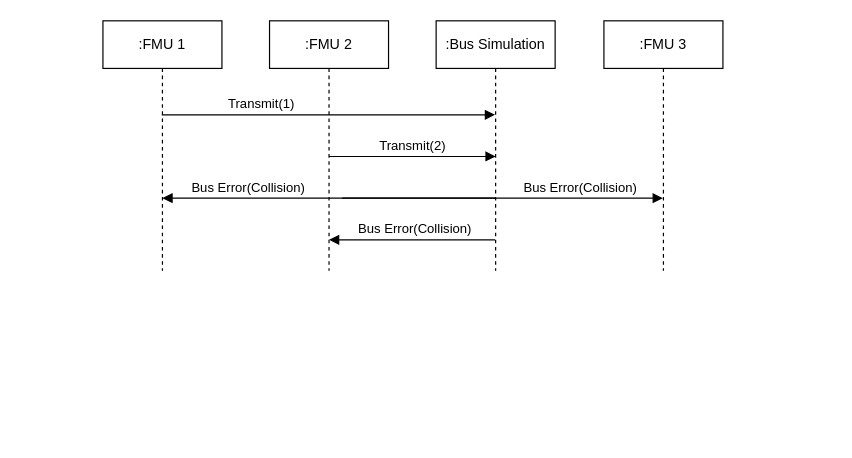
The draw.io diagram docs/images/ethernet_transmit_collision.drawio in modelica/fmi-ls-bus, before the edit. Source tidied: cells renumbered, new cells numbered last; positions are measured from the earlier drawing's top-left corner, leaving out a move shared by most shapes. Both pictures are drawn from the tidied source at 119%, with x=0, y=0 at pixel (102, 20).
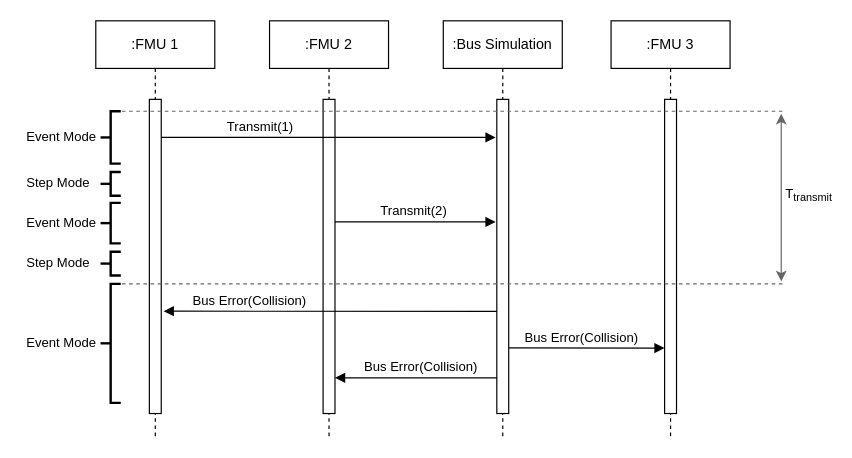
Above is the later version.

Commit message (it also covers changes not shown here):
Reworking Ethernet seq. diagrams

Change to the diagram source:
```diff
@@
     <mxCell id="2" value=":FMU 1" style="shape=umlLifeline;perimeter=lifelinePerimeter;whiteSpace=wrap;html=1;outlineConnect=0;portConstraint=eastwest;newEdgeStyle={&quot;edgeStyle&quot;:&quot;elbowEdgeStyle&quot;,&quot;elbow&quot;:&quot;vertical&quot;,&quot;curved&quot;:0,&quot;rounded&quot;:0};" parent="1" vertex="1">
-      <mxGeometry width="100" height="210" as="geometry" />
+      <mxGeometry x="-6" width="100" height="350" as="geometry" />
     </mxCell>
     <mxCell id="3" value=":Bus Simulation" style="shape=umlLifeline;perimeter=lifelinePerimeter;whiteSpace=wrap;html=1;newEdgeStyle={&quot;edgeStyle&quot;:&quot;elbowEdgeStyle&quot;,&quot;elbow&quot;:&quot;vertical&quot;,&quot;curved&quot;:0,&quot;rounded&quot;:0};" parent="1" vertex="1">
-      <mxGeometry x="280" width="100" height="210" as="geometry" />
+      <mxGeometry x="286" width="100" height="350" as="geometry" />
     </mxCell>
     <mxCell id="4" value=":FMU 3" style="shape=umlLifeline;perimeter=lifelinePerimeter;whiteSpace=wrap;html=1;newEdgeStyle={&quot;edgeStyle&quot;:&quot;elbowEdgeStyle&quot;,&quot;elbow&quot;:&quot;vertical&quot;,&quot;curved&quot;:0,&quot;rounded&quot;:0};" parent="1" vertex="1">
-      <mxGeometry x="421" width="100" height="210" as="geometry" />
+      <mxGeometry x="427" width="100" height="350" as="geometry" />
     </mxCell>
-    <mxCell id="5" value="Transmit(1)" style="html=1;verticalAlign=bottom;endArrow=block;edgeStyle=elbowEdgeStyle;elbow=vertical;curved=0;rounded=0;" parent="1" edge="1" source="2">
-      <mxGeometry x="-0.41" relative="1" as="geometry">
-        <mxPoint x="329.5" y="79" as="targetPoint" />
-        <Array as="points">
-          <mxPoint x="270" y="79" />
-          <mxPoint x="290" y="79" />
-          <mxPoint x="150" y="79" />
-        </Array>
-      </mxGeometry>
-    </mxCell>
     <mxCell id="6" value=":FMU 2" style="shape=umlLifeline;perimeter=lifelinePerimeter;whiteSpace=wrap;html=1;newEdgeStyle={&quot;edgeStyle&quot;:&quot;elbowEdgeStyle&quot;,&quot;elbow&quot;:&quot;vertical&quot;,&quot;curved&quot;:0,&quot;rounded&quot;:0};" parent="1" vertex="1">
-      <mxGeometry x="140" width="100" height="210" as="geometry" />
+      <mxGeometry x="140" width="100" height="350" as="geometry" />
     </mxCell>
     <mxCell id="7" value="Transmit(2)" style="html=1;verticalAlign=bottom;endArrow=block;edgeStyle=elbowEdgeStyle;elbow=vertical;curved=0;rounded=0;" parent="1" edge="1">
       <mxGeometry relative="1" as="geometry">
-        <mxPoint x="190" y="114" as="sourcePoint" />
-        <mxPoint x="330" y="114" as="targetPoint" />
+        <mxPoint x="191" y="169" as="sourcePoint" />
+        <mxPoint x="330" y="169" as="targetPoint" />
         <Array as="points">
-          <mxPoint x="290" y="114" />
-          <mxPoint x="280" y="104" />
-          <mxPoint x="300" y="104" />
-          <mxPoint x="160" y="104" />
+          <mxPoint x="291" y="169" />
+          <mxPoint x="281" y="159" />
+          <mxPoint x="301" y="159" />
+          <mxPoint x="161" y="159" />
         </Array>
       </mxGeometry>
     </mxCell>
-    <mxCell id="8" value="Bus Error(Collision)" style="html=1;verticalAlign=bottom;endArrow=block;edgeStyle=elbowEdgeStyle;elbow=vertical;curved=0;rounded=0;" parent="1" edge="1">
-      <mxGeometry x="0.49" relative="1" as="geometry">
-        <mxPoint x="329.5" y="149" as="sourcePoint" />
-        <mxPoint x="50" y="149" as="targetPoint" />
-        <Array as="points">
-          <mxPoint x="180" y="149" />
-          <mxPoint x="300" y="159" />
-          <mxPoint x="310" y="209" />
-          <mxPoint x="290" y="219" />
-          <mxPoint x="170" y="179" />
-          <mxPoint x="280" y="189" />
-          <mxPoint x="300" y="189" />
-          <mxPoint x="270" y="169" />
-        </Array>
-      </mxGeometry>
-    </mxCell>
     <mxCell id="9" value="Bus Error(Collision)" style="html=1;verticalAlign=bottom;endArrow=block;edgeStyle=elbowEdgeStyle;elbow=vertical;curved=0;rounded=0;" parent="1" edge="1">
       <mxGeometry x="-0.02" relative="1" as="geometry">
-        <mxPoint x="329.5" y="184" as="sourcePoint" />
-        <mxPoint x="190" y="184" as="targetPoint" />
+        <mxPoint x="334.5" y="300" as="sourcePoint" />
+        <mxPoint x="195" y="300" as="targetPoint" />
         <Array as="points">
-          <mxPoint x="210" y="184" />
-          <mxPoint x="280" y="174" />
-          <mxPoint x="280" y="184" />
-          <mxPoint x="300" y="194" />
-          <mxPoint x="310" y="244" />
-          <mxPoint x="290" y="254" />
-          <mxPoint x="170" y="214" />
-          <mxPoint x="280" y="224" />
-          <mxPoint x="300" y="224" />
-          <mxPoint x="270" y="204" />
+          <mxPoint x="215" y="300" />
+          <mxPoint x="285" y="290" />
+          <mxPoint x="285" y="300" />
+          <mxPoint x="305" y="310" />
+          <mxPoint x="315" y="360" />
+          <mxPoint x="295" y="370" />
+          <mxPoint x="175" y="330" />
+          <mxPoint x="285" y="340" />
+          <mxPoint x="305" y="340" />
+          <mxPoint x="275" y="320" />
         </Array>
       </mxGeometry>
     </mxCell>
-    <mxCell id="10" value="Bus Error(Collision)" style="html=1;verticalAlign=bottom;endArrow=block;edgeStyle=elbowEdgeStyle;elbow=vertical;curved=0;rounded=0;" parent="1" edge="1">
-      <mxGeometry x="0.67" relative="1" as="geometry">
-        <mxPoint x="351" y="149" as="sourcePoint" />
-        <mxPoint x="470.5" y="149" as="targetPoint" />
+    <mxCell id="10" value="Bus Error(Collision)" style="html=1;verticalAlign=bottom;endArrow=block;edgeStyle=elbowEdgeStyle;elbow=vertical;curved=0;rounded=0;exitX=0.987;exitY=0.531;exitDx=0;exitDy=0;exitPerimeter=0;" parent="1" edge="1">
+      <mxGeometry x="-0.04" relative="1" as="geometry">
+        <mxPoint x="338.4" y="274.8" as="sourcePoint" />
+        <mxPoint x="472" y="275" as="targetPoint" />
         <Array as="points">
-          <mxPoint x="201" y="149" />
-          <mxPoint x="321" y="159" />
-          <mxPoint x="331" y="209" />
-          <mxPoint x="311" y="219" />
-          <mxPoint x="191" y="179" />
-          <mxPoint x="301" y="189" />
-          <mxPoint x="321" y="189" />
-          <mxPoint x="291" y="169" />
+          <mxPoint x="337.5" y="275" />
+          <mxPoint x="317.5" y="286" />
+          <mxPoint x="327.5" y="336" />
+          <mxPoint x="307.5" y="346" />
+          <mxPoint x="187.5" y="306" />
+          <mxPoint x="297.5" y="316" />
+          <mxPoint x="317.5" y="316" />
+          <mxPoint x="287.5" y="296" />
         </Array>
       </mxGeometry>
     </mxCell>
+    <mxCell id="11" style="perimeter=orthogonalPerimeter;rounded=0;shadow=0;strokeWidth=1;" parent="1" vertex="1">
+      <mxGeometry x="39" y="66" width="10" height="264" as="geometry" />
+    </mxCell>
+    <mxCell id="12" style="perimeter=orthogonalPerimeter;rounded=0;shadow=0;strokeWidth=1;" parent="1" vertex="1">
+      <mxGeometry x="185" y="66" width="10" height="264" as="geometry" />
+    </mxCell>
+    <mxCell id="13" style="perimeter=orthogonalPerimeter;rounded=0;shadow=0;strokeWidth=1;" parent="1" vertex="1">
+      <mxGeometry x="472" y="66" width="10" height="264" as="geometry" />
+    </mxCell>
+    <mxCell id="8" value="Bus Error(Collision)" style="html=1;verticalAlign=bottom;endArrow=block;edgeStyle=elbowEdgeStyle;elbow=vertical;curved=0;rounded=0;exitX=-0.131;exitY=0.54;exitDx=0;exitDy=0;exitPerimeter=0;" parent="1" edge="1">
+      <mxGeometry x="0.49" relative="1" as="geometry">
+        <mxPoint x="331.7" y="244.2" as="sourcePoint" />
+        <mxPoint x="51" y="244" as="targetPoint" />
+        <Array as="points">
+          <mxPoint x="181" y="244" />
+          <mxPoint x="301" y="254" />
+          <mxPoint x="311" y="304" />
+          <mxPoint x="291" y="314" />
+          <mxPoint x="171" y="274" />
+          <mxPoint x="281" y="284" />
+          <mxPoint x="301" y="284" />
+          <mxPoint x="271" y="264" />
+        </Array>
+      </mxGeometry>
+    </mxCell>
+    <mxCell id="5" value="Transmit(1)" style="html=1;verticalAlign=bottom;endArrow=block;edgeStyle=elbowEdgeStyle;elbow=vertical;curved=0;rounded=0;exitX=1.089;exitY=0.098;exitDx=0;exitDy=0;exitPerimeter=0;" parent="1" edge="1">
+      <mxGeometry x="-0.41" relative="1" as="geometry">
+        <mxPoint x="48.9" y="97.9" as="sourcePoint" />
+        <mxPoint x="330" y="98" as="targetPoint" />
+        <Array as="points">
+          <mxPoint x="269" y="98" />
+          <mxPoint x="289" y="98" />
+          <mxPoint x="149" y="98" />
+        </Array>
+      </mxGeometry>
+    </mxCell>
+    <mxCell id="14" style="strokeWidth=2;html=1;shape=mxgraph.flowchart.annotation_2;align=left;labelPosition=right;fontSize=11;fillColor=none;" parent="1" vertex="1">
+      <mxGeometry x="-2" y="221" width="17" height="100" as="geometry" />
+    </mxCell>
+    <mxCell id="15" value="Event Mode" style="text;align=left;fontStyle=0;verticalAlign=middle;spacingLeft=3;spacingRight=3;strokeColor=none;fontSize=11;fillColor=none;" parent="1" vertex="1">
+      <mxGeometry x="-69" y="257" width="80" height="26" as="geometry" />
+    </mxCell>
+    <mxCell id="16" style="strokeWidth=2;html=1;shape=mxgraph.flowchart.annotation_2;align=left;labelPosition=right;fontSize=11;fillColor=none;" parent="1" vertex="1">
+      <mxGeometry x="-2" y="153" width="17" height="34" as="geometry" />
+    </mxCell>
+    <mxCell id="17" value="Event Mode" style="text;align=left;fontStyle=0;verticalAlign=middle;spacingLeft=3;spacingRight=3;strokeColor=none;fontSize=11;fillColor=none;" parent="1" vertex="1">
+      <mxGeometry x="-69" y="156" width="80" height="26" as="geometry" />
+    </mxCell>
+    <mxCell id="18" style="strokeWidth=2;html=1;shape=mxgraph.flowchart.annotation_2;align=left;labelPosition=right;fontSize=11;fillColor=none;" parent="1" vertex="1">
+      <mxGeometry x="-2" y="76" width="17" height="44" as="geometry" />
+    </mxCell>
+    <mxCell id="19" value="Event Mode" style="text;align=left;fontStyle=0;verticalAlign=middle;spacingLeft=3;spacingRight=3;strokeColor=none;fontSize=11;fillColor=none;" parent="1" vertex="1">
+      <mxGeometry x="-69" y="84" width="80" height="26" as="geometry" />
+    </mxCell>
+    <mxCell id="20" style="group;" parent="1" vertex="1">
+      <mxGeometry x="-69" y="190" width="84" height="26" as="geometry" />
+    </mxCell>
+    <mxCell id="21" style="strokeWidth=2;html=1;shape=mxgraph.flowchart.annotation_2;align=left;labelPosition=right;fontSize=11;fillColor=none;" parent="20" vertex="1">
+      <mxGeometry x="67" y="4" width="17" height="20" as="geometry" />
+    </mxCell>
+    <mxCell id="22" value="Step Mode" style="text;align=left;fontStyle=0;verticalAlign=middle;spacingLeft=3;spacingRight=3;strokeColor=none;fontSize=11;fillColor=none;" parent="20" vertex="1">
+      <mxGeometry width="80" height="26" as="geometry" />
+    </mxCell>
+    <mxCell id="23" style="group;" parent="1" vertex="1">
+      <mxGeometry x="-69" y="123" width="84" height="26" as="geometry" />
+    </mxCell>
+    <mxCell id="24" style="strokeWidth=2;html=1;shape=mxgraph.flowchart.annotation_2;align=left;labelPosition=right;fontSize=11;fillColor=none;" parent="23" vertex="1">
+      <mxGeometry x="67" y="4" width="17" height="20" as="geometry" />
+    </mxCell>
+    <mxCell id="25" value="Step Mode" style="text;align=left;fontStyle=0;verticalAlign=middle;spacingLeft=3;spacingRight=3;strokeColor=none;fontSize=11;fillColor=none;" parent="23" vertex="1">
+      <mxGeometry width="80" height="26" as="geometry" />
+    </mxCell>
+    <mxCell id="26" value="T&lt;sub&gt;transmit&lt;/sub&gt;" style="endArrow=classic;startArrow=classic;html=1;rounded=0;fillColor=#f5f5f5;strokeColor=#666666;" parent="1" edge="1">
+      <mxGeometry x="0.02" y="-23" relative="1" as="geometry">
+        <mxPoint x="570" y="219" as="sourcePoint" />
+        <mxPoint x="570" y="78" as="targetPoint" />
+      </mxGeometry>
+    </mxCell>
+    <mxCell id="27" style="perimeter=orthogonalPerimeter;rounded=0;shadow=0;strokeWidth=1;" parent="1" vertex="1">
+      <mxGeometry x="331" y="66" width="10" height="264" as="geometry" />
+    </mxCell>
+    <mxCell id="28" style="endArrow=none;dashed=1;html=1;rounded=0;fillColor=#f5f5f5;strokeColor=#666666;exitX=1;exitY=0;exitDx=0;exitDy=0;exitPerimeter=0;" parent="1" edge="1">
+      <mxGeometry relative="1" as="geometry">
+        <mxPoint x="16" y="221" as="sourcePoint" />
+        <mxPoint x="571" y="221" as="targetPoint" />
+      </mxGeometry>
+    </mxCell>
+    <mxCell id="29" style="endArrow=none;dashed=1;html=1;rounded=0;fillColor=#f5f5f5;strokeColor=#666666;exitX=1;exitY=0;exitDx=0;exitDy=0;exitPerimeter=0;" parent="1" edge="1">
+      <mxGeometry relative="1" as="geometry">
+        <mxPoint x="16" y="76" as="sourcePoint" />
+        <mxPoint x="571" y="76" as="targetPoint" />
+      </mxGeometry>
+    </mxCell>
```
